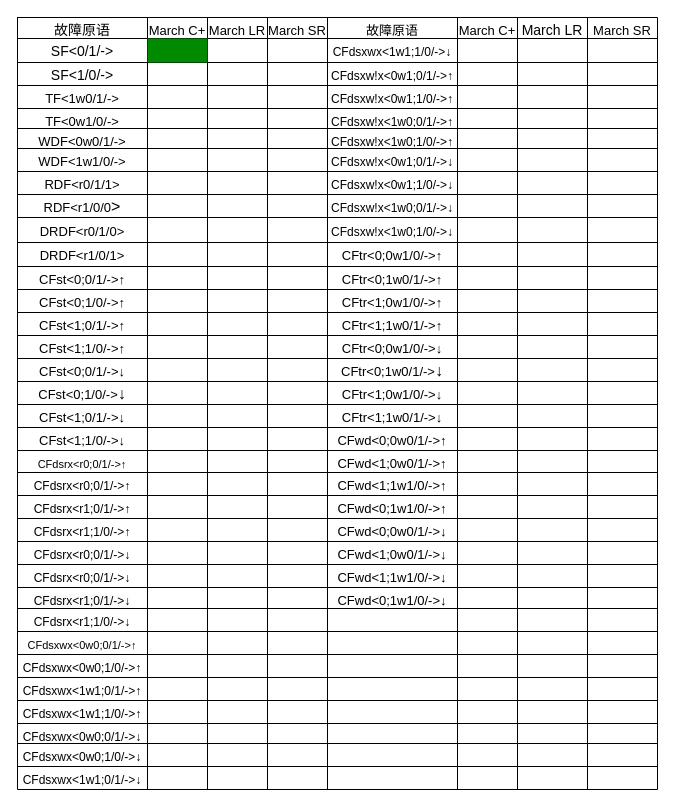
The draw.io diagram doc/compare.drawio in shanshan-lu/homwork, before the edit. Source tidied: cells renumbered, new cells numbered last; positions are measured from the earlier drawing's top-left corner, leaving out a move shared by most shapes. Both pictures are drawn from the tidied source at 100%, with x=0, y=0 at pixel (17, 17).
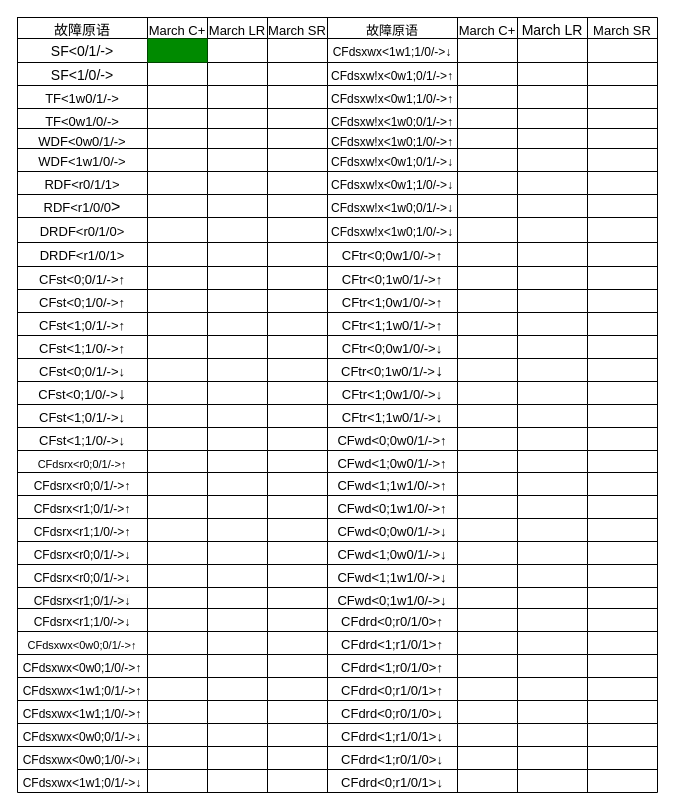
The same diagram, later.

The change refers to these unchanged cells:
```xml
<mxCell id="237" style="shape=tableRow;horizontal=0;startSize=0;swimlaneHead=0;swimlaneBody=0;strokeColor=inherit;top=0;left=0;bottom=0;right=0;fillColor=none;fontSize=16;" parent="2" vertex="1">
  <mxGeometry y="591" width="640" height="23" as="geometry" />
</mxCell>
<mxCell id="246" style="shape=tableRow;horizontal=0;startSize=0;swimlaneHead=0;swimlaneBody=0;strokeColor=inherit;top=0;left=0;bottom=0;right=0;fillColor=none;fontSize=16;" parent="2" vertex="1">
  <mxGeometry y="614" width="640" height="23" as="geometry" />
</mxCell>
<mxCell id="255" style="shape=tableRow;horizontal=0;startSize=0;swimlaneHead=0;swimlaneBody=0;strokeColor=inherit;top=0;left=0;bottom=0;right=0;fillColor=none;fontSize=16;" parent="2" vertex="1">
  <mxGeometry y="637" width="640" height="23" as="geometry" />
</mxCell>
<mxCell id="264" style="shape=tableRow;horizontal=0;startSize=0;swimlaneHead=0;swimlaneBody=0;strokeColor=inherit;top=0;left=0;bottom=0;right=0;fillColor=none;fontSize=16;" parent="2" vertex="1">
  <mxGeometry y="660" width="640" height="23" as="geometry" />
</mxCell>
<mxCell id="273" style="shape=tableRow;horizontal=0;startSize=0;swimlaneHead=0;swimlaneBody=0;strokeColor=inherit;top=0;left=0;bottom=0;right=0;fillColor=none;fontSize=16;" parent="2" vertex="1">
  <mxGeometry y="683" width="640" height="23" as="geometry" />
</mxCell>
```

Change to the diagram source:
```diff
@@
     <mxCell id="2" style="shape=table;startSize=0;childLayout=tableLayout;fontSize=16;" parent="1" vertex="1">
-      <mxGeometry width="640" height="772" as="geometry" />
+      <mxGeometry width="640" height="775" as="geometry" />
     </mxCell>
@@
-    <mxCell id="242" style="shape=partialRectangle;html=1;whiteSpace=wrap;strokeColor=inherit;overflow=hidden;fillColor=none;top=0;left=0;bottom=0;right=0;fontSize=16;" parent="237" vertex="1">
+    <mxCell id="242" value="&lt;font style=&quot;font-size: 13px;&quot;&gt;CFdrd&amp;lt;0;r0/1/0&amp;gt;↑&lt;/font&gt;" style="shape=partialRectangle;html=1;whiteSpace=wrap;strokeColor=inherit;overflow=hidden;fillColor=none;top=0;left=0;bottom=0;right=0;fontSize=16;" parent="237" vertex="1">
       <mxGeometry x="310" width="130" height="23" as="geometry" />
     </mxCell>
@@
-    <mxCell id="251" style="shape=partialRectangle;html=1;whiteSpace=wrap;strokeColor=inherit;overflow=hidden;fillColor=none;top=0;left=0;bottom=0;right=0;fontSize=16;" parent="246" vertex="1">
+    <mxCell id="251" value="&lt;font style=&quot;font-size: 13px;&quot;&gt;CFdrd&amp;lt;1;r1/0/1&amp;gt;↑&lt;/font&gt;" style="shape=partialRectangle;html=1;whiteSpace=wrap;strokeColor=inherit;overflow=hidden;fillColor=none;top=0;left=0;bottom=0;right=0;fontSize=16;" parent="246" vertex="1">
       <mxGeometry x="310" width="130" height="23" as="geometry" />
     </mxCell>
@@
-    <mxCell id="260" style="shape=partialRectangle;html=1;whiteSpace=wrap;strokeColor=inherit;overflow=hidden;fillColor=none;top=0;left=0;bottom=0;right=0;fontSize=16;" parent="255" vertex="1">
+    <mxCell id="260" value="&lt;font style=&quot;font-size: 13px;&quot;&gt;CFdrd&amp;lt;1;r0/1/0&amp;gt;↑&lt;/font&gt;" style="shape=partialRectangle;html=1;whiteSpace=wrap;strokeColor=inherit;overflow=hidden;fillColor=none;top=0;left=0;bottom=0;right=0;fontSize=16;" parent="255" vertex="1">
       <mxGeometry x="310" width="130" height="23" as="geometry" />
     </mxCell>
@@
-    <mxCell id="269" style="shape=partialRectangle;html=1;whiteSpace=wrap;strokeColor=inherit;overflow=hidden;fillColor=none;top=0;left=0;bottom=0;right=0;fontSize=16;" parent="264" vertex="1">
+    <mxCell id="269" value="&lt;font style=&quot;font-size: 13px;&quot;&gt;CFdrd&amp;lt;0;r1/0/1&amp;gt;↑&lt;/font&gt;" style="shape=partialRectangle;html=1;whiteSpace=wrap;strokeColor=inherit;overflow=hidden;fillColor=none;top=0;left=0;bottom=0;right=0;fontSize=16;" parent="264" vertex="1">
       <mxGeometry x="310" width="130" height="23" as="geometry" />
     </mxCell>
@@
-    <mxCell id="278" style="shape=partialRectangle;html=1;whiteSpace=wrap;strokeColor=inherit;overflow=hidden;fillColor=none;top=0;left=0;bottom=0;right=0;fontSize=16;" parent="273" vertex="1">
+    <mxCell id="278" value="&lt;font style=&quot;font-size: 13px;&quot;&gt;CFdrd&amp;lt;0;r0/1/0&amp;gt;↓&lt;/font&gt;" style="shape=partialRectangle;html=1;whiteSpace=wrap;strokeColor=inherit;overflow=hidden;fillColor=none;top=0;left=0;bottom=0;right=0;fontSize=16;" parent="273" vertex="1">
       <mxGeometry x="310" width="130" height="23" as="geometry" />
     </mxCell>
@@
     <mxCell id="282" style="shape=tableRow;horizontal=0;startSize=0;swimlaneHead=0;swimlaneBody=0;strokeColor=inherit;top=0;left=0;bottom=0;right=0;fillColor=none;fontSize=16;" parent="2" vertex="1">
-      <mxGeometry y="706" width="640" height="20" as="geometry" />
+      <mxGeometry y="706" width="640" height="23" as="geometry" />
     </mxCell>
     <mxCell id="283" value="&lt;font style=&quot;font-size: 12px;&quot;&gt;CFdsxwx&amp;lt;0w0;0/1/-&amp;gt;↓&lt;/font&gt;" style="shape=partialRectangle;html=1;whiteSpace=wrap;strokeColor=inherit;overflow=hidden;fillColor=none;top=0;left=0;bottom=0;right=0;fontSize=16;" parent="282" vertex="1">
-      <mxGeometry width="130" height="20" as="geometry" />
+      <mxGeometry width="130" height="23" as="geometry" />
     </mxCell>
     <mxCell id="284" style="shape=partialRectangle;html=1;whiteSpace=wrap;strokeColor=inherit;overflow=hidden;fillColor=none;top=0;left=0;bottom=0;right=0;fontSize=16;" parent="282" vertex="1">
-      <mxGeometry x="130" width="60" height="20" as="geometry" />
+      <mxGeometry x="130" width="60" height="23" as="geometry" />
     </mxCell>
     <mxCell id="285" style="shape=partialRectangle;html=1;whiteSpace=wrap;strokeColor=inherit;overflow=hidden;fillColor=none;top=0;left=0;bottom=0;right=0;fontSize=16;" parent="282" vertex="1">
-      <mxGeometry x="190" width="60" height="20" as="geometry" />
+      <mxGeometry x="190" width="60" height="23" as="geometry" />
     </mxCell>
     <mxCell id="286" style="shape=partialRectangle;html=1;whiteSpace=wrap;strokeColor=inherit;overflow=hidden;fillColor=none;top=0;left=0;bottom=0;right=0;fontSize=16;" parent="282" vertex="1">
-      <mxGeometry x="250" width="60" height="20" as="geometry" />
+      <mxGeometry x="250" width="60" height="23" as="geometry" />
     </mxCell>
-    <mxCell id="287" style="shape=partialRectangle;html=1;whiteSpace=wrap;strokeColor=inherit;overflow=hidden;fillColor=none;top=0;left=0;bottom=0;right=0;fontSize=16;" parent="282" vertex="1">
-      <mxGeometry x="310" width="130" height="20" as="geometry" />
+    <mxCell id="287" value="&lt;font style=&quot;font-size: 13px;&quot;&gt;CFdrd&amp;lt;1;r1/0/1&amp;gt;↓&lt;/font&gt;" style="shape=partialRectangle;html=1;whiteSpace=wrap;strokeColor=inherit;overflow=hidden;fillColor=none;top=0;left=0;bottom=0;right=0;fontSize=16;" parent="282" vertex="1">
+      <mxGeometry x="310" width="130" height="23" as="geometry" />
     </mxCell>
     <mxCell id="288" style="shape=partialRectangle;html=1;whiteSpace=wrap;strokeColor=inherit;overflow=hidden;fillColor=none;top=0;left=0;bottom=0;right=0;fontSize=16;" parent="282" vertex="1">
-      <mxGeometry x="440" width="60" height="20" as="geometry" />
+      <mxGeometry x="440" width="60" height="23" as="geometry" />
     </mxCell>
     <mxCell id="289" style="shape=partialRectangle;html=1;whiteSpace=wrap;strokeColor=inherit;overflow=hidden;fillColor=none;top=0;left=0;bottom=0;right=0;fontSize=16;" parent="282" vertex="1">
-      <mxGeometry x="500" width="70" height="20" as="geometry" />
+      <mxGeometry x="500" width="70" height="23" as="geometry" />
     </mxCell>
     <mxCell id="290" style="shape=partialRectangle;html=1;whiteSpace=wrap;strokeColor=inherit;overflow=hidden;fillColor=none;top=0;left=0;bottom=0;right=0;fontSize=16;" parent="282" vertex="1">
-      <mxGeometry x="570" width="70" height="20" as="geometry" />
+      <mxGeometry x="570" width="70" height="23" as="geometry" />
     </mxCell>
     <mxCell id="291" style="shape=tableRow;horizontal=0;startSize=0;swimlaneHead=0;swimlaneBody=0;strokeColor=inherit;top=0;left=0;bottom=0;right=0;fillColor=none;fontSize=16;" parent="2" vertex="1">
-      <mxGeometry y="726" width="640" height="23" as="geometry" />
+      <mxGeometry y="729" width="640" height="23" as="geometry" />
     </mxCell>
@@
-    <mxCell id="296" style="shape=partialRectangle;html=1;whiteSpace=wrap;strokeColor=inherit;overflow=hidden;fillColor=none;top=0;left=0;bottom=0;right=0;fontSize=16;" parent="291" vertex="1">
+    <mxCell id="296" value="&lt;font style=&quot;font-size: 13px;&quot;&gt;CFdrd&amp;lt;1;r0/1/0&amp;gt;↓&lt;/font&gt;" style="shape=partialRectangle;html=1;whiteSpace=wrap;strokeColor=inherit;overflow=hidden;fillColor=none;top=0;left=0;bottom=0;right=0;fontSize=16;" parent="291" vertex="1">
       <mxGeometry x="310" width="130" height="23" as="geometry" />
     </mxCell>
@@
     <mxCell id="300" style="shape=tableRow;horizontal=0;startSize=0;swimlaneHead=0;swimlaneBody=0;strokeColor=inherit;top=0;left=0;bottom=0;right=0;fillColor=none;fontSize=16;" parent="2" vertex="1">
-      <mxGeometry y="749" width="640" height="23" as="geometry" />
+      <mxGeometry y="752" width="640" height="23" as="geometry" />
     </mxCell>
@@
-    <mxCell id="305" style="shape=partialRectangle;html=1;whiteSpace=wrap;strokeColor=inherit;overflow=hidden;fillColor=none;top=0;left=0;bottom=0;right=0;fontSize=16;" parent="300" vertex="1">
+    <mxCell id="305" value="&lt;font style=&quot;font-size: 13px;&quot;&gt;CFdrd&amp;lt;0;r1/0/1&amp;gt;↓&lt;/font&gt;" style="shape=partialRectangle;html=1;whiteSpace=wrap;strokeColor=inherit;overflow=hidden;fillColor=none;top=0;left=0;bottom=0;right=0;fontSize=16;" parent="300" vertex="1">
       <mxGeometry x="310" width="130" height="23" as="geometry" />
     </mxCell>
```
